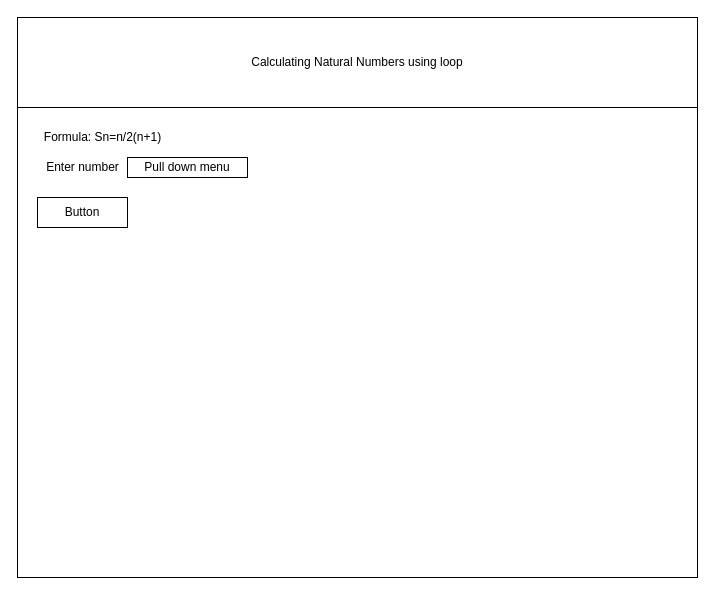
Before: designs/storyboard.drawio in AvaVenturino/ICS20-Unit-5-07-JS, a draw.io diagram. Source tidied: cells renumbered, new cells numbered last; positions are measured from the earlier drawing's top-left corner, leaving out a move shared by most shapes. Both pictures are drawn from the tidied source at 100%, with x=0, y=0 at pixel (17, 17).
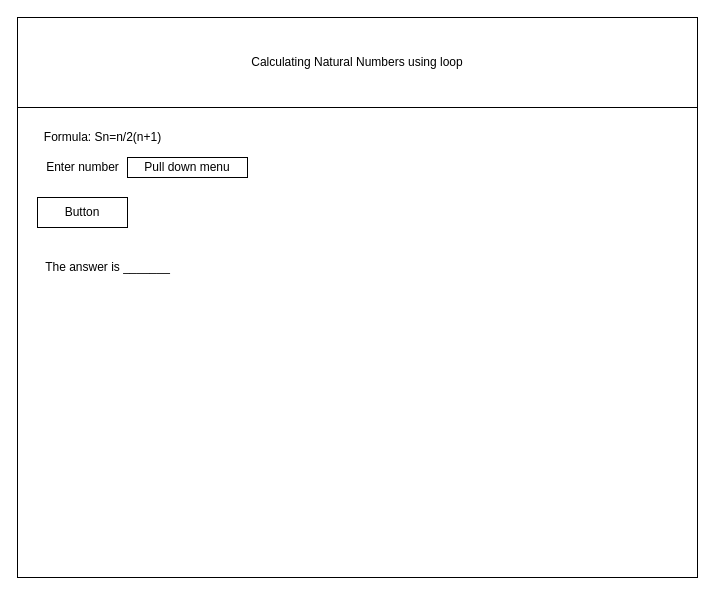
After the change.

Commit message (it also covers changes not shown here):
made edits to storyboard

Change to the diagram source:
```diff
@@
 <mxGraphModel>
   <root>
     <mxCell id="0" />
     <mxCell id="1" parent="0" />
     <mxCell id="2" style="rounded=0;whiteSpace=wrap;html=1;" parent="1" vertex="1">
       <mxGeometry width="680" height="560" as="geometry" />
     </mxCell>
     <mxCell id="3" value="Calculating Natural Numbers using loop" style="rounded=0;whiteSpace=wrap;html=1;" parent="1" vertex="1">
       <mxGeometry width="680" height="90" as="geometry" />
     </mxCell>
     <mxCell id="4" value="Formula: Sn=n/2(n+1)" style="text;html=1;align=center;verticalAlign=middle;strokeColor=none;fillColor=none;" parent="1" vertex="1">
       <mxGeometry x="20" y="110" width="130" height="20" as="geometry" />
     </mxCell>
     <mxCell id="5" value="Enter number" style="text;html=1;align=center;verticalAlign=middle;strokeColor=none;fillColor=none;" parent="1" vertex="1">
       <mxGeometry x="20" y="140" width="90" height="20" as="geometry" />
     </mxCell>
     <mxCell id="6" value="Pull down menu" style="rounded=0;whiteSpace=wrap;html=1;" parent="1" vertex="1">
       <mxGeometry x="110" y="140" width="120" height="20" as="geometry" />
     </mxCell>
     <mxCell id="7" value="Button" style="rounded=0;whiteSpace=wrap;html=1;" parent="1" vertex="1">
       <mxGeometry x="20" y="180" width="90" height="30" as="geometry" />
     </mxCell>
+    <mxCell id="8" value="The answer is _______" style="text;html=1;align=center;verticalAlign=middle;strokeColor=none;fillColor=none;" parent="1" vertex="1">
+      <mxGeometry x="20" y="240" width="140" height="20" as="geometry" />
+    </mxCell>
   </root>
 </mxGraphModel>
```
